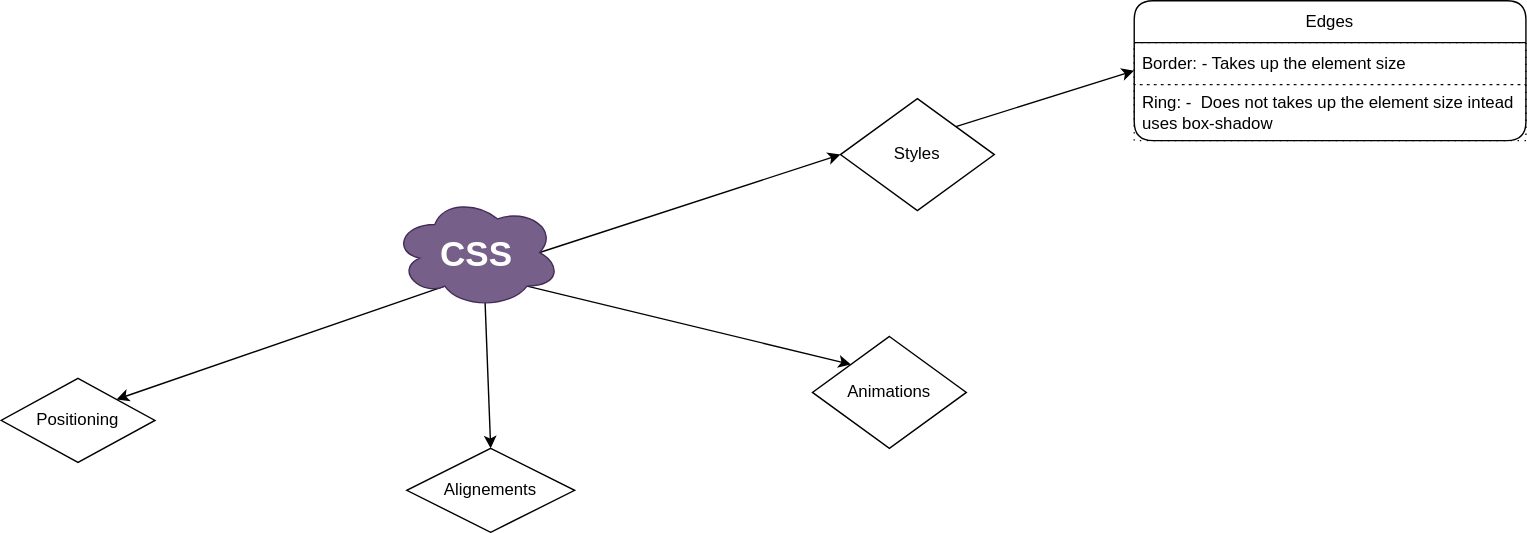
knkrn5/Programming-Concepts keeps this draw.io diagram as css/css.svg. Above is the earlier version. Source tidied: cells renumbered, new cells last; positions are measured from the earlier drawing's top-left corner, leaving out a move shared by most shapes.
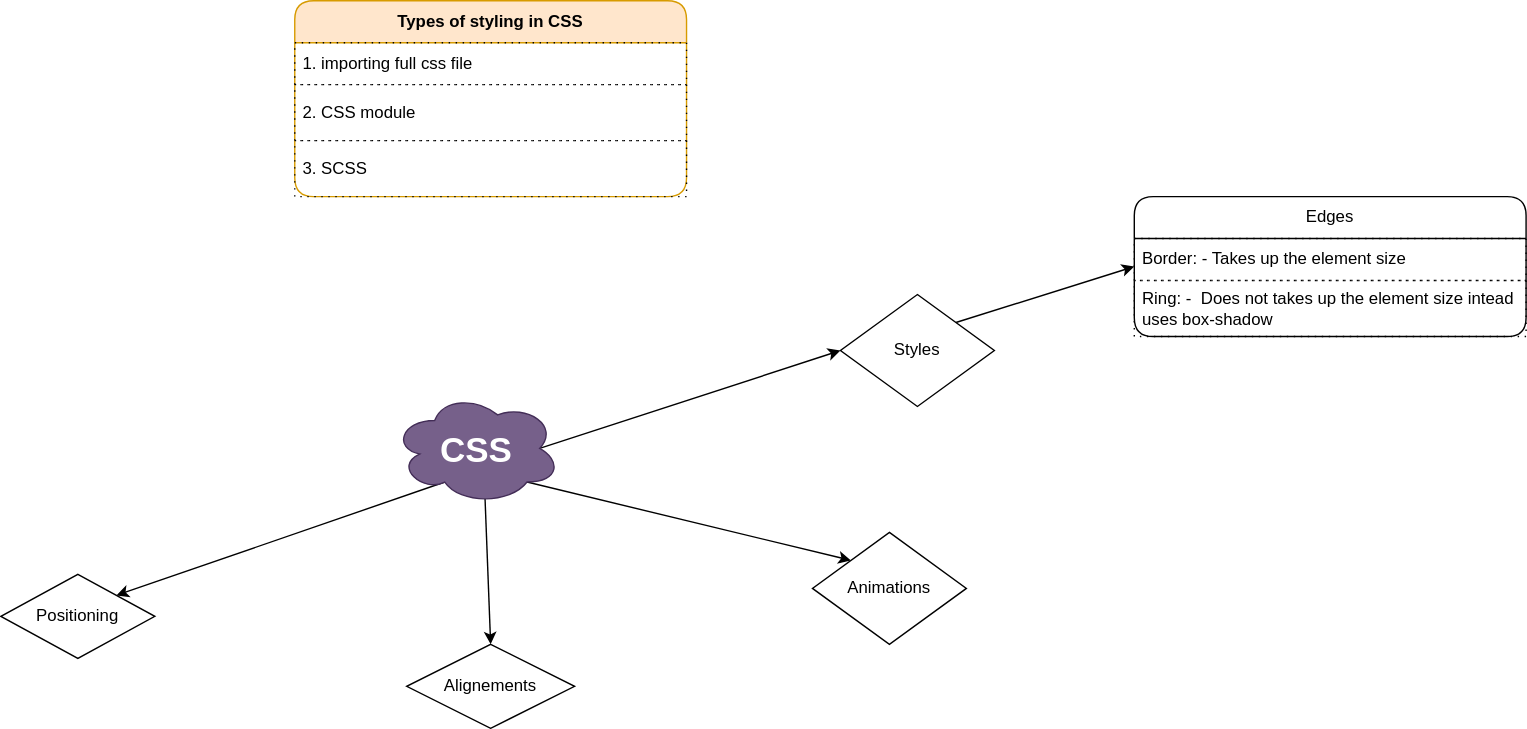
Later version of the same file.

Change to the diagram source:
```diff
@@ -41,5 +41,17 @@
     <mxCell id="14" value="Ring: -&amp;nbsp; Does not takes up the element size intead uses box-shadow" style="text;strokeColor=default;fillColor=none;align=left;verticalAlign=middle;spacingLeft=4;spacingRight=4;overflow=hidden;whiteSpace=wrap;html=1;dashed=1;dashPattern=1 4;" parent="12" vertex="1">
       <mxGeometry y="60" width="280" height="40" as="geometry" />
     </mxCell>
+    <mxCell id="15" value="&lt;b&gt;Types of styling in CSS&lt;/b&gt;" style="swimlane;fontStyle=0;horizontal=1;startSize=30;whiteSpace=wrap;html=1;rounded=1;fillColor=#ffe6cc;strokeColor=#d79b00;" parent="1" vertex="1">
+      <mxGeometry x="210" y="-140" width="280" height="140" as="geometry" />
+    </mxCell>
+    <mxCell id="16" value="1. importing full css file" style="text;strokeColor=default;fillColor=none;align=left;verticalAlign=middle;spacingLeft=4;spacingRight=4;overflow=hidden;whiteSpace=wrap;html=1;dashed=1;dashPattern=1 4;" parent="15" vertex="1">
+      <mxGeometry y="30" width="280" height="30" as="geometry" />
+    </mxCell>
+    <mxCell id="17" value="2. CSS module" style="text;strokeColor=default;fillColor=none;align=left;verticalAlign=middle;spacingLeft=4;spacingRight=4;overflow=hidden;whiteSpace=wrap;html=1;dashed=1;dashPattern=1 4;" parent="15" vertex="1">
+      <mxGeometry y="60" width="280" height="40" as="geometry" />
+    </mxCell>
+    <mxCell id="18" value="3. SCSS" style="text;strokeColor=default;fillColor=none;align=left;verticalAlign=middle;spacingLeft=4;spacingRight=4;overflow=hidden;whiteSpace=wrap;html=1;dashed=1;dashPattern=1 4;" parent="15" vertex="1">
+      <mxGeometry y="100" width="280" height="40" as="geometry" />
+    </mxCell>
   </root>
 </mxGraphModel>
```
